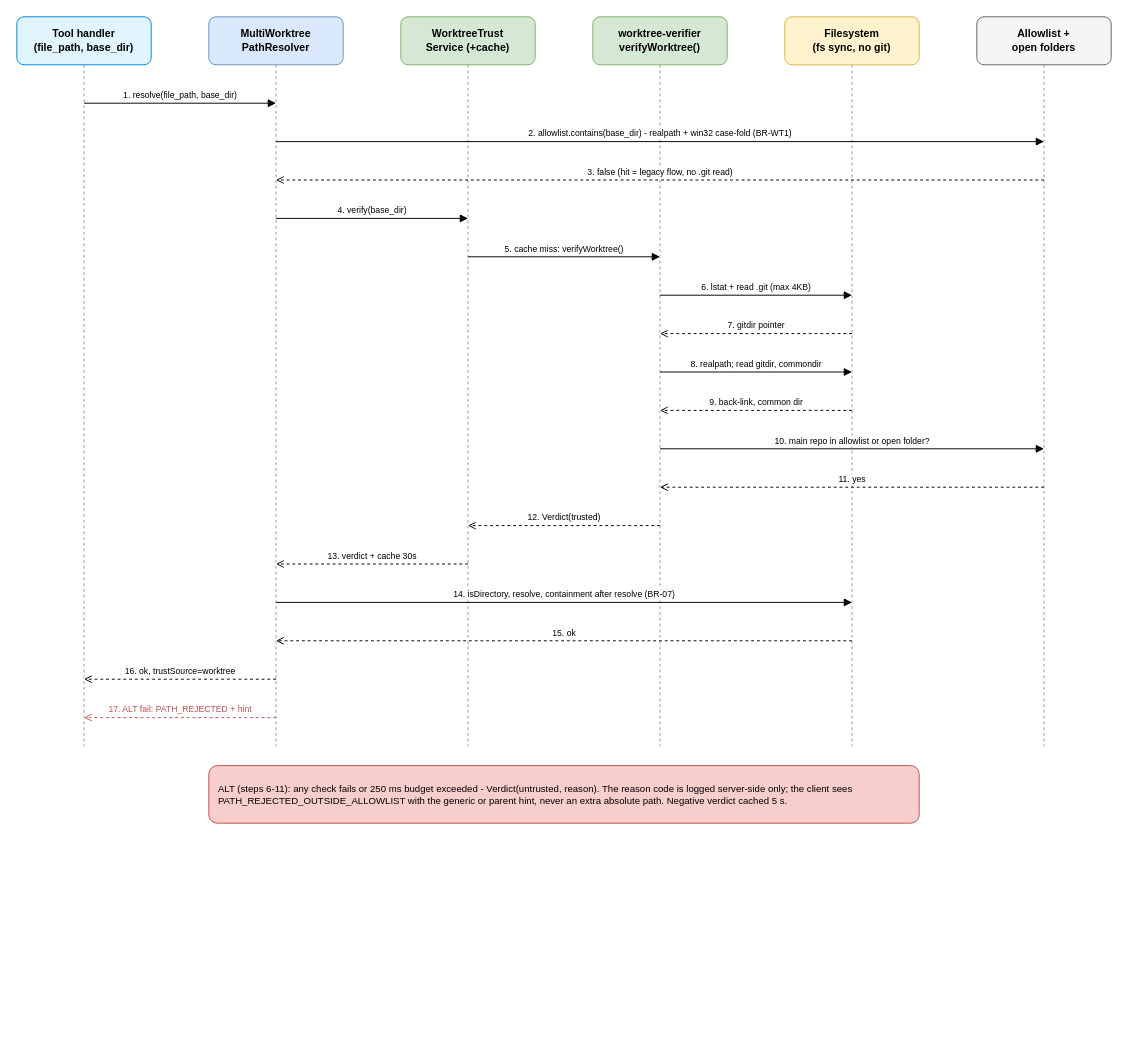
This is documents/SA4E-393/diagrams/sequence-worktree-trust.drawio from dnguyenminh/SDLC-Agents-4-Enteprise, a draw.io file, before an edit. Source tidied: cells renumbered, new cells numbered last; positions are measured from the earlier drawing's top-left corner, leaving out a move shared by most shapes. Both pictures are drawn from the tidied source at 96%, with x=0, y=0 at pixel (16, 16).
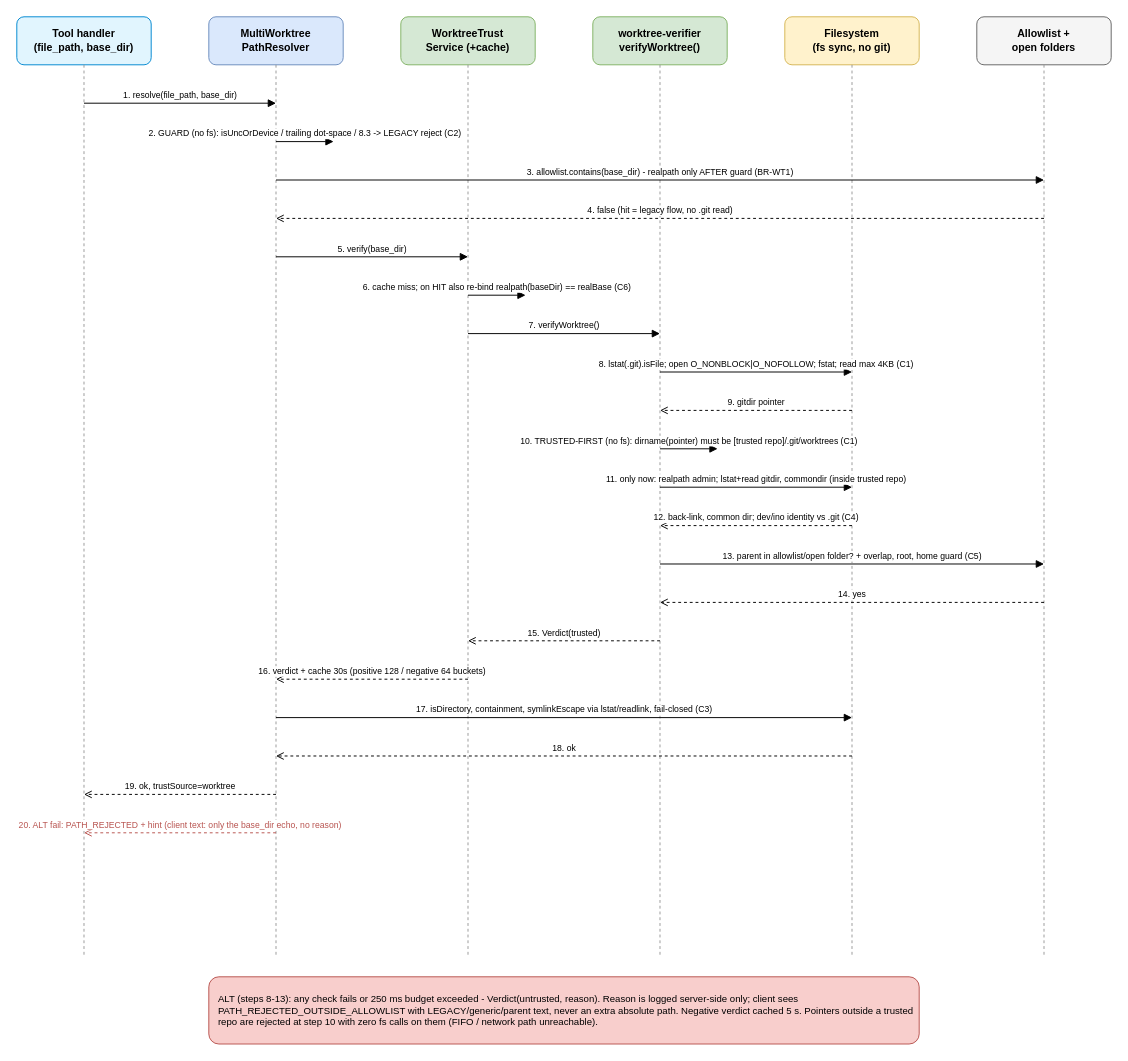
The same diagram, later.

Commit message (it also covers changes not shown here):
SA4E-393: TDD Addendum 5 v1.4 - resolve security review Gate A/B (E11)

What changed in the source:
```diff
@@
     <mxCell id="8" style="endArrow=none;dashed=1;html=1;strokeColor=#999999;" parent="1" edge="1">
       <mxGeometry relative="1" as="geometry">
         <mxPoint x="70" y="50" as="sourcePoint" />
-        <mxPoint x="70" y="760" as="targetPoint" />
+        <mxPoint x="70" y="980" as="targetPoint" />
       </mxGeometry>
     </mxCell>
     <mxCell id="9" style="endArrow=none;dashed=1;html=1;strokeColor=#999999;" parent="1" edge="1">
       <mxGeometry relative="1" as="geometry">
         <mxPoint x="270" y="50" as="sourcePoint" />
-        <mxPoint x="270" y="760" as="targetPoint" />
+        <mxPoint x="270" y="980" as="targetPoint" />
       </mxGeometry>
     </mxCell>
     <mxCell id="10" style="endArrow=none;dashed=1;html=1;strokeColor=#999999;" parent="1" edge="1">
       <mxGeometry relative="1" as="geometry">
         <mxPoint x="470" y="50" as="sourcePoint" />
-        <mxPoint x="470" y="760" as="targetPoint" />
+        <mxPoint x="470" y="980" as="targetPoint" />
       </mxGeometry>
     </mxCell>
     <mxCell id="11" style="endArrow=none;dashed=1;html=1;strokeColor=#999999;" parent="1" edge="1">
       <mxGeometry relative="1" as="geometry">
         <mxPoint x="670" y="50" as="sourcePoint" />
-        <mxPoint x="670" y="760" as="targetPoint" />
+        <mxPoint x="670" y="980" as="targetPoint" />
       </mxGeometry>
     </mxCell>
     <mxCell id="12" style="endArrow=none;dashed=1;html=1;strokeColor=#999999;" parent="1" edge="1">
       <mxGeometry relative="1" as="geometry">
         <mxPoint x="870" y="50" as="sourcePoint" />
-        <mxPoint x="870" y="760" as="targetPoint" />
+        <mxPoint x="870" y="980" as="targetPoint" />
       </mxGeometry>
     </mxCell>
     <mxCell id="13" style="endArrow=none;dashed=1;html=1;strokeColor=#999999;" parent="1" edge="1">
       <mxGeometry relative="1" as="geometry">
         <mxPoint x="1070" y="50" as="sourcePoint" />
-        <mxPoint x="1070" y="760" as="targetPoint" />
+        <mxPoint x="1070" y="980" as="targetPoint" />
       </mxGeometry>
     </mxCell>
-    <mxCell id="14" value="1. resolve(file_path, base_dir)" style="html=1;verticalAlign=bottom;endArrow=block;endFill=1;fontSize=9;" parent="1" edge="1">
+    <mxCell id="14" value="1. resolve(file_path, base_dir)" style="html=1;verticalAlign=bottom;fontSize=9;endArrow=block;endFill=1;" parent="1" edge="1">
       <mxGeometry relative="1" as="geometry">
         <mxPoint x="70" y="90" as="sourcePoint" />
         <mxPoint x="270" y="90" as="targetPoint" />
       </mxGeometry>
     </mxCell>
-    <mxCell id="15" value="2. allowlist.contains(base_dir) - realpath + win32 case-fold (BR-WT1)" style="html=1;verticalAlign=bottom;endArrow=block;endFill=1;fontSize=9;" parent="1" edge="1">
+    <mxCell id="15" value="2. GUARD (no fs): isUncOrDevice / trailing dot-space / 8.3 -&gt; LEGACY reject (C2)" style="html=1;verticalAlign=bottom;fontSize=9;endArrow=block;endFill=1;" parent="1" edge="1">
       <mxGeometry relative="1" as="geometry">
         <mxPoint x="270" y="130" as="sourcePoint" />
-        <mxPoint x="1070" y="130" as="targetPoint" />
+        <mxPoint x="330" y="130" as="targetPoint" />
       </mxGeometry>
     </mxCell>
-    <mxCell id="16" value="3. false (hit = legacy flow, no .git read)" style="html=1;verticalAlign=bottom;endArrow=open;endFill=0;dashed=1;fontSize=9;" parent="1" edge="1">
+    <mxCell id="16" value="3. allowlist.contains(base_dir) - realpath only AFTER guard (BR-WT1)" style="html=1;verticalAlign=bottom;fontSize=9;endArrow=block;endFill=1;" parent="1" edge="1">
       <mxGeometry relative="1" as="geometry">
-        <mxPoint x="1070" y="170" as="sourcePoint" />
-        <mxPoint x="270" y="170" as="targetPoint" />
+        <mxPoint x="270" y="170" as="sourcePoint" />
+        <mxPoint x="1070" y="170" as="targetPoint" />
       </mxGeometry>
     </mxCell>
-    <mxCell id="17" value="4. verify(base_dir)" style="html=1;verticalAlign=bottom;endArrow=block;endFill=1;fontSize=9;" parent="1" edge="1">
+    <mxCell id="17" value="4. false (hit = legacy flow, no .git read)" style="html=1;verticalAlign=bottom;fontSize=9;endArrow=open;endFill=0;dashed=1;" parent="1" edge="1">
       <mxGeometry relative="1" as="geometry">
-        <mxPoint x="270" y="210" as="sourcePoint" />
-        <mxPoint x="470" y="210" as="targetPoint" />
+        <mxPoint x="1070" y="210" as="sourcePoint" />
+        <mxPoint x="270" y="210" as="targetPoint" />
       </mxGeometry>
     </mxCell>
-    <mxCell id="18" value="5. cache miss: verifyWorktree()" style="html=1;verticalAlign=bottom;endArrow=block;endFill=1;fontSize=9;" parent="1" edge="1">
+    <mxCell id="18" value="5. verify(base_dir)" style="html=1;verticalAlign=bottom;fontSize=9;endArrow=block;endFill=1;" parent="1" edge="1">
       <mxGeometry relative="1" as="geometry">
-        <mxPoint x="470" y="250" as="sourcePoint" />
-        <mxPoint x="670" y="250" as="targetPoint" />
+        <mxPoint x="270" y="250" as="sourcePoint" />
+        <mxPoint x="470" y="250" as="targetPoint" />
       </mxGeometry>
     </mxCell>
-    <mxCell id="19" value="6. lstat + read .git (max 4KB)" style="html=1;verticalAlign=bottom;endArrow=block;endFill=1;fontSize=9;" parent="1" edge="1">
+    <mxCell id="19" value="6. cache miss; on HIT also re-bind realpath(baseDir) == realBase (C6)" style="html=1;verticalAlign=bottom;fontSize=9;endArrow=block;endFill=1;" parent="1" edge="1">
       <mxGeometry relative="1" as="geometry">
-        <mxPoint x="670" y="290" as="sourcePoint" />
-        <mxPoint x="870" y="290" as="targetPoint" />
+        <mxPoint x="470" y="290" as="sourcePoint" />
+        <mxPoint x="530" y="290" as="targetPoint" />
       </mxGeometry>
     </mxCell>
-    <mxCell id="20" value="7. gitdir pointer" style="html=1;verticalAlign=bottom;endArrow=open;endFill=0;dashed=1;fontSize=9;" parent="1" edge="1">
+    <mxCell id="20" value="7. verifyWorktree()" style="html=1;verticalAlign=bottom;fontSize=9;endArrow=block;endFill=1;" parent="1" edge="1">
       <mxGeometry relative="1" as="geometry">
-        <mxPoint x="870" y="330" as="sourcePoint" />
+        <mxPoint x="470" y="330" as="sourcePoint" />
         <mxPoint x="670" y="330" as="targetPoint" />
       </mxGeometry>
     </mxCell>
-    <mxCell id="21" value="8. realpath; read gitdir, commondir" style="html=1;verticalAlign=bottom;endArrow=block;endFill=1;fontSize=9;" parent="1" edge="1">
+    <mxCell id="21" value="8. lstat(.git).isFile; open O_NONBLOCK|O_NOFOLLOW; fstat; read max 4KB (C1)" style="html=1;verticalAlign=bottom;fontSize=9;endArrow=block;endFill=1;" parent="1" edge="1">
       <mxGeometry relative="1" as="geometry">
         <mxPoint x="670" y="370" as="sourcePoint" />
         <mxPoint x="870" y="370" as="targetPoint" />
       </mxGeometry>
     </mxCell>
-    <mxCell id="22" value="9. back-link, common dir" style="html=1;verticalAlign=bottom;endArrow=open;endFill=0;dashed=1;fontSize=9;" parent="1" edge="1">
+    <mxCell id="22" value="9. gitdir pointer" style="html=1;verticalAlign=bottom;fontSize=9;endArrow=open;endFill=0;dashed=1;" parent="1" edge="1">
       <mxGeometry relative="1" as="geometry">
         <mxPoint x="870" y="410" as="sourcePoint" />
         <mxPoint x="670" y="410" as="targetPoint" />
       </mxGeometry>
     </mxCell>
-    <mxCell id="23" value="10. main repo in allowlist or open folder?" style="html=1;verticalAlign=bottom;endArrow=block;endFill=1;fontSize=9;" parent="1" edge="1">
+    <mxCell id="23" value="10. TRUSTED-FIRST (no fs): dirname(pointer) must be [trusted repo]/.git/worktrees (C1)" style="html=1;verticalAlign=bottom;fontSize=9;endArrow=block;endFill=1;" parent="1" edge="1">
       <mxGeometry relative="1" as="geometry">
         <mxPoint x="670" y="450" as="sourcePoint" />
-        <mxPoint x="1070" y="450" as="targetPoint" />
+        <mxPoint x="730" y="450" as="targetPoint" />
       </mxGeometry>
     </mxCell>
-    <mxCell id="24" value="11. yes" style="html=1;verticalAlign=bottom;endArrow=open;endFill=0;dashed=1;fontSize=9;" parent="1" edge="1">
+    <mxCell id="24" value="11. only now: realpath admin; lstat+read gitdir, commondir (inside trusted repo)" style="html=1;verticalAlign=bottom;fontSize=9;endArrow=block;endFill=1;" parent="1" edge="1">
       <mxGeometry relative="1" as="geometry">
-        <mxPoint x="1070" y="490" as="sourcePoint" />
-        <mxPoint x="670" y="490" as="targetPoint" />
+        <mxPoint x="670" y="490" as="sourcePoint" />
+        <mxPoint x="870" y="490" as="targetPoint" />
       </mxGeometry>
     </mxCell>
-    <mxCell id="25" value="12. Verdict(trusted)" style="html=1;verticalAlign=bottom;endArrow=open;endFill=0;dashed=1;fontSize=9;" parent="1" edge="1">
+    <mxCell id="25" value="12. back-link, common dir; dev/ino identity vs .git (C4)" style="html=1;verticalAlign=bottom;fontSize=9;endArrow=open;endFill=0;dashed=1;" parent="1" edge="1">
       <mxGeometry relative="1" as="geometry">
-        <mxPoint x="670" y="530" as="sourcePoint" />
-        <mxPoint x="470" y="530" as="targetPoint" />
+        <mxPoint x="870" y="530" as="sourcePoint" />
+        <mxPoint x="670" y="530" as="targetPoint" />
       </mxGeometry>
     </mxCell>
-    <mxCell id="26" value="13. verdict + cache 30s" style="html=1;verticalAlign=bottom;endArrow=open;endFill=0;dashed=1;fontSize=9;" parent="1" edge="1">
+    <mxCell id="26" value="13. parent in allowlist/open folder? + overlap, root, home guard (C5)" style="html=1;verticalAlign=bottom;fontSize=9;endArrow=block;endFill=1;" parent="1" edge="1">
       <mxGeometry relative="1" as="geometry">
-        <mxPoint x="470" y="570" as="sourcePoint" />
-        <mxPoint x="270" y="570" as="targetPoint" />
+        <mxPoint x="670" y="570" as="sourcePoint" />
+        <mxPoint x="1070" y="570" as="targetPoint" />
       </mxGeometry>
     </mxCell>
-    <mxCell id="27" value="14. isDirectory, resolve, containment after resolve (BR-07)" style="html=1;verticalAlign=bottom;endArrow=block;endFill=1;fontSize=9;" parent="1" edge="1">
+    <mxCell id="27" value="14. yes" style="html=1;verticalAlign=bottom;fontSize=9;endArrow=open;endFill=0;dashed=1;" parent="1" edge="1">
       <mxGeometry relative="1" as="geometry">
-        <mxPoint x="270" y="610" as="sourcePoint" />
-        <mxPoint x="870" y="610" as="targetPoint" />
+        <mxPoint x="1070" y="610" as="sourcePoint" />
+        <mxPoint x="670" y="610" as="targetPoint" />
       </mxGeometry>
     </mxCell>
-    <mxCell id="28" value="15. ok" style="html=1;verticalAlign=bottom;endArrow=open;endFill=0;dashed=1;fontSize=9;" parent="1" edge="1">
+    <mxCell id="28" value="15. Verdict(trusted)" style="html=1;verticalAlign=bottom;fontSize=9;endArrow=open;endFill=0;dashed=1;" parent="1" edge="1">
       <mxGeometry relative="1" as="geometry">
-        <mxPoint x="870" y="650" as="sourcePoint" />
-        <mxPoint x="270" y="650" as="targetPoint" />
+        <mxPoint x="670" y="650" as="sourcePoint" />
+        <mxPoint x="470" y="650" as="targetPoint" />
       </mxGeometry>
     </mxCell>
-    <mxCell id="29" value="16. ok, trustSource=worktree" style="html=1;verticalAlign=bottom;endArrow=open;endFill=0;dashed=1;fontSize=9;" parent="1" edge="1">
+    <mxCell id="29" value="16. verdict + cache 30s (positive 128 / negative 64 buckets)" style="html=1;verticalAlign=bottom;fontSize=9;endArrow=open;endFill=0;dashed=1;" parent="1" edge="1">
       <mxGeometry relative="1" as="geometry">
-        <mxPoint x="270" y="690" as="sourcePoint" />
-        <mxPoint x="70" y="690" as="targetPoint" />
+        <mxPoint x="470" y="690" as="sourcePoint" />
+        <mxPoint x="270" y="690" as="targetPoint" />
       </mxGeometry>
     </mxCell>
-    <mxCell id="30" value="17. ALT fail: PATH_REJECTED + hint" style="html=1;verticalAlign=bottom;endArrow=open;endFill=0;dashed=1;fontSize=9;strokeColor=#b85450;fontColor=#b85450;" parent="1" edge="1">
+    <mxCell id="30" value="17. isDirectory, containment, symlinkEscape via lstat/readlink, fail-closed (C3)" style="html=1;verticalAlign=bottom;fontSize=9;endArrow=block;endFill=1;" parent="1" edge="1">
       <mxGeometry relative="1" as="geometry">
         <mxPoint x="270" y="730" as="sourcePoint" />
-        <mxPoint x="70" y="730" as="targetPoint" />
+        <mxPoint x="870" y="730" as="targetPoint" />
       </mxGeometry>
     </mxCell>
+    <mxCell id="32" value="18. ok" style="html=1;verticalAlign=bottom;fontSize=9;endArrow=open;endFill=0;dashed=1;" parent="1" edge="1">
+      <mxGeometry relative="1" as="geometry">
+        <mxPoint x="870" y="770" as="sourcePoint" />
+        <mxPoint x="270" y="770" as="targetPoint" />
+      </mxGeometry>
+    </mxCell>
+    <mxCell id="33" value="19. ok, trustSource=worktree" style="html=1;verticalAlign=bottom;fontSize=9;endArrow=open;endFill=0;dashed=1;" parent="1" edge="1">
+      <mxGeometry relative="1" as="geometry">
+        <mxPoint x="270" y="810" as="sourcePoint" />
+        <mxPoint x="70" y="810" as="targetPoint" />
+      </mxGeometry>
+    </mxCell>
+    <mxCell id="34" value="20. ALT fail: PATH_REJECTED + hint (client text: only the base_dir echo, no reason)" style="html=1;verticalAlign=bottom;fontSize=9;endArrow=open;endFill=0;dashed=1;strokeColor=#b85450;fontColor=#b85450;" parent="1" edge="1">
+      <mxGeometry relative="1" as="geometry">
+        <mxPoint x="270" y="850" as="sourcePoint" />
+        <mxPoint x="70" y="850" as="targetPoint" />
+      </mxGeometry>
+    </mxCell>
-    <mxCell id="31" value="ALT (steps 6-11): any check fails or 250 ms budget exceeded - Verdict(untrusted, reason). The reason code is logged server-side only; the client sees PATH_REJECTED_OUTSIDE_ALLOWLIST with the generic or parent hint, never an extra absolute path. Negative verdict cached 5 s." style="rounded=1;whiteSpace=wrap;html=1;fillColor=#f8cecc;strokeColor=#b85450;fontSize=10;align=left;spacingLeft=8;" parent="1" vertex="1">
-      <mxGeometry x="200" y="780" width="740" height="60" as="geometry" />
+    <mxCell id="31" value="ALT (steps 8-13): any check fails or 250 ms budget exceeded - Verdict(untrusted, reason). Reason is logged server-side only; client sees PATH_REJECTED_OUTSIDE_ALLOWLIST with LEGACY/generic/parent text, never an extra absolute path. Negative verdict cached 5 s. Pointers outside a trusted repo are rejected at step 10 with zero fs calls on them (FIFO / network path unreachable)." style="rounded=1;whiteSpace=wrap;html=1;fillColor=#f8cecc;strokeColor=#b85450;fontSize=10;align=left;spacingLeft=8;" parent="1" vertex="1">
+      <mxGeometry x="200" y="1000" width="740" height="70" as="geometry" />
     </mxCell>
```
